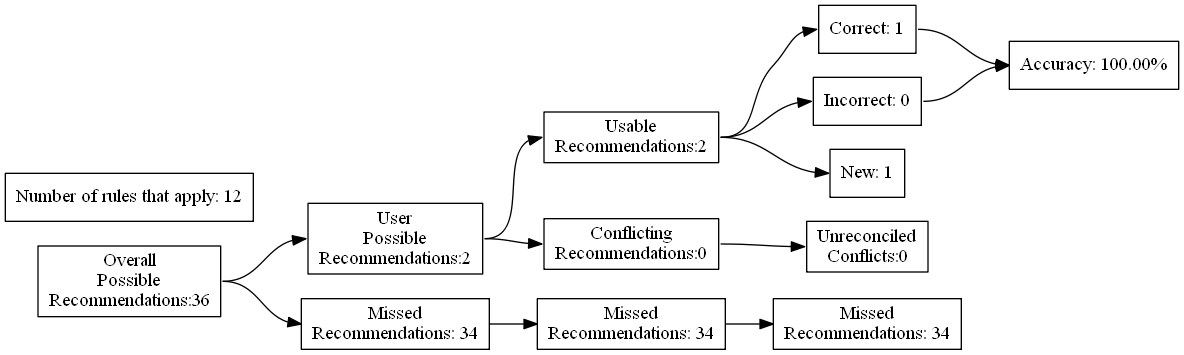
Above: test_renders/17.gv.png in ZaxR/ibd_diet_analysis (Graphviz), before the change. Its source is kept beside it as test_renders/17.gv.
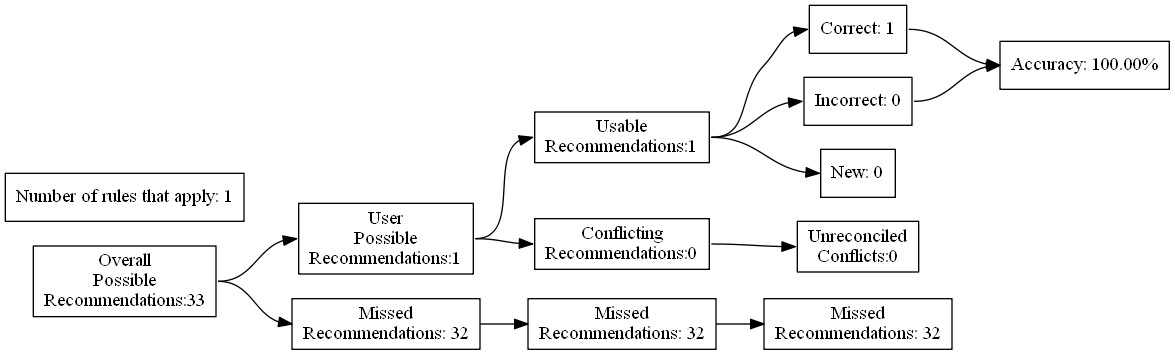
Later version of the same file.

What changed in the source:
```diff
@@ -4,27 +4,27 @@
 	edge [headport=w tailport=e]
 		A [label="Overall
 Possible
-Recommendations:36"]
+Recommendations:33"]
 		B [label="User
 Possible
-Recommendations:2"]
+Recommendations:1"]
 		C [label="Missed
-Recommendations: 34"]
+Recommendations: 32"]
 		D [label="Usable
-Recommendations:2"]
+Recommendations:1"]
 		E [label="Conflicting
 Recommendations:0"]
 		J [label="Missed
-Recommendations: 34"]
+Recommendations: 32"]
 		M [label="Unreconciled
 Conflicts:0"]
 		F [label="Correct: 1"]
 		G [label="Incorrect: 0"]
-		H [label="New: 1"]
+		H [label="New: 0"]
 		K [label="Missed
-Recommendations: 34"]
+Recommendations: 32"]
 		I [label="Accuracy: 100.00%"]
-		l [label="Number of rules that apply: 12"]
+		l [label="Number of rules that apply: 1"]
 			A -> B
 			A -> C
 			B -> D
```
